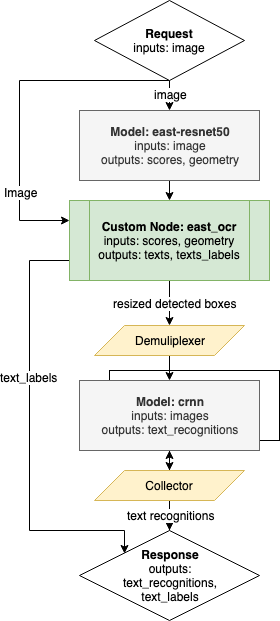
openvinotoolkit/model_server keeps this draw.io diagram as docs/east_ocr.png. Above is the earlier version. Source tidied: cells renumbered, new cells last; positions are measured from the earlier drawing's top-left corner, leaving out a move shared by most shapes.
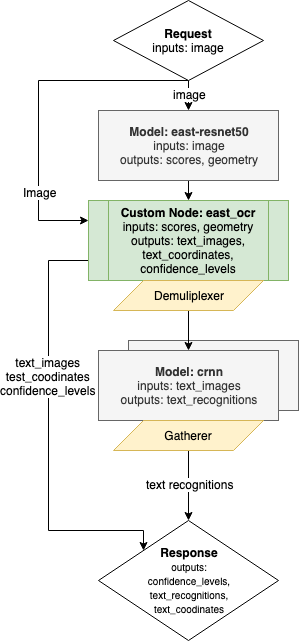
Later version of the same file.

Diff of the diagram source:
```diff
@@ -2,8 +2,8 @@
   <root>
     <mxCell id="0" />
     <mxCell id="1" parent="0" />
-    <mxCell id="2" style="rounded=0;whiteSpace=wrap;html=1;" parent="1" vertex="1">
-      <mxGeometry x="90" y="370" width="170" height="70" as="geometry" />
+    <mxCell id="2" style="rounded=0;whiteSpace=wrap;html=1;fillColor=#f5f5f5;strokeColor=#666666;fontColor=#333333;" parent="1" vertex="1">
+      <mxGeometry x="90" y="340" width="170" height="70" as="geometry" />
     </mxCell>
     <mxCell id="3" style="edgeStyle=orthogonalEdgeStyle;rounded=0;jettySize=auto;html=1;exitX=0.5;exitY=1;exitDx=0;exitDy=0;" parent="1" edge="1" source="7" target="9">
       <mxGeometry relative="1" as="geometry" />
@@ -11,7 +11,7 @@
     <mxCell id="4" value="image" style="text;html=1;align=center;verticalAlign=middle;labelBackgroundColor=#ffffff;" parent="3" vertex="1">
       <mxGeometry x="0.32" y="1" relative="1" as="geometry" />
     </mxCell>
-    <mxCell id="5" style="edgeStyle=orthogonalEdgeStyle;rounded=0;jettySize=auto;html=1;exitX=0.5;exitY=1;exitDx=0;exitDy=0;entryX=0;entryY=0.25;entryDx=0;entryDy=0;" parent="1" edge="1" source="7" target="13">
+    <mxCell id="5" style="edgeStyle=orthogonalEdgeStyle;rounded=0;jettySize=auto;html=1;exitX=0.5;exitY=1;exitDx=0;exitDy=0;entryX=0;entryY=0.25;entryDx=0;entryDy=0;" parent="1" edge="1" source="7" target="12">
       <mxGeometry relative="1" as="geometry">
         <Array as="points">
           <mxPoint y="80" />
@@ -25,61 +25,47 @@
     <mxCell id="7" value="&lt;b&gt;Request&lt;/b&gt;&lt;br&gt;inputs: image" style="rhombus;whiteSpace=wrap;html=1;" parent="1" vertex="1">
       <mxGeometry x="75" width="150" height="80" as="geometry" />
     </mxCell>
-    <mxCell id="8" style="edgeStyle=orthogonalEdgeStyle;rounded=0;jettySize=auto;html=1;exitX=0.5;exitY=1;exitDx=0;exitDy=0;entryX=0.5;entryY=0;entryDx=0;entryDy=0;" parent="1" edge="1" source="9" target="13">
+    <mxCell id="8" style="edgeStyle=orthogonalEdgeStyle;rounded=0;jettySize=auto;html=1;exitX=0.5;exitY=1;exitDx=0;exitDy=0;entryX=0.5;entryY=0;entryDx=0;entryDy=0;" parent="1" edge="1" source="9" target="12">
       <mxGeometry relative="1" as="geometry" />
     </mxCell>
     <mxCell id="9" value="&lt;b&gt;Model: east-resnet50&lt;/b&gt;&lt;br&gt;inputs: image&lt;br&gt;outputs: scores, geometry" style="rounded=0;whiteSpace=wrap;html=1;fillColor=#f5f5f5;strokeColor=#666666;fontColor=#333333;" parent="1" vertex="1">
       <mxGeometry x="60" y="110" width="180" height="70" as="geometry" />
     </mxCell>
-    <mxCell id="10" style="edgeStyle=orthogonalEdgeStyle;rounded=0;jettySize=auto;html=1;exitX=0.5;exitY=1;exitDx=0;exitDy=0;entryX=0.5;entryY=0;entryDx=0;entryDy=0;" parent="1" edge="1" source="13" target="20">
-      <mxGeometry relative="1" as="geometry" />
+    <mxCell id="10" style="edgeStyle=orthogonalEdgeStyle;rounded=0;jettySize=auto;html=1;entryX=0;entryY=0;entryDx=0;entryDy=0;" parent="1" edge="1" source="12" target="14">
+      <mxGeometry relative="1" as="geometry">
+        <Array as="points">
+          <mxPoint x="10" y="260" />
+          <mxPoint x="10" y="530" />
+          <mxPoint x="105" y="530" />
+        </Array>
+      </mxGeometry>
     </mxCell>
-    <mxCell id="11" style="edgeStyle=orthogonalEdgeStyle;rounded=0;jettySize=auto;html=1;entryX=0;entryY=0;entryDx=0;entryDy=0;" parent="1" edge="1" source="13" target="17">
-      <mxGeometry relative="1" as="geometry">
-        <Array as="points">
-          <mxPoint x="10" y="260" />
-          <mxPoint x="10" y="530" />
-          <mxPoint x="105" y="530" />
-        </Array>
-      </mxGeometry>
+    <mxCell id="11" value="text_images&lt;br&gt;test_coodinates&lt;br&gt;confidence_levels" style="text;html=1;align=center;verticalAlign=middle;labelBackgroundColor=#ffffff;" parent="10" vertex="1">
+      <mxGeometry x="-0.27" y="-1" relative="1" as="geometry" />
     </mxCell>
-    <mxCell id="12" value="text_labels" style="text;html=1;points=[];align=center;verticalAlign=middle;labelBackgroundColor=#ffffff;" parent="11" vertex="1">
-      <mxGeometry x="-0.27" y="-1" relative="1" as="geometry" />
+    <mxCell id="12" value="&lt;b&gt;Custom Node: east_ocr&lt;/b&gt;&lt;br&gt;inputs: scores, geometry&lt;br&gt;outputs: text_images, text_coordinates, confidence_levels" style="shape=process;whiteSpace=wrap;html=1;backgroundOutline=1;fillColor=#d5e8d4;strokeColor=#82b366;" parent="1" vertex="1">
+      <mxGeometry x="50" y="200" width="200" height="80" as="geometry" />
     </mxCell>
-    <mxCell id="13" value="&lt;b&gt;Custom Node: east_ocr&lt;/b&gt;&lt;br&gt;inputs: scores, geometry&lt;br&gt;outputs: texts, texts_labels" style="shape=process;whiteSpace=wrap;html=1;backgroundOutline=1;fillColor=#d5e8d4;strokeColor=#82b366;" parent="1" vertex="1">
-      <mxGeometry x="50" y="200" width="200" height="80" as="geometry" />
+    <mxCell id="13" value="&lt;b&gt;Model: crnn&lt;/b&gt;&lt;br&gt;inputs: text_images&lt;br&gt;outputs: text_recognitions" style="rounded=0;whiteSpace=wrap;html=1;fillColor=#f5f5f5;strokeColor=#666666;fontColor=#333333;" parent="1" vertex="1">
+      <mxGeometry x="60" y="350" width="180" height="70" as="geometry" />
     </mxCell>
-    <mxCell id="14" style="edgeStyle=orthogonalEdgeStyle;rounded=0;jettySize=auto;html=1;exitX=0.5;exitY=1;exitDx=0;exitDy=0;entryX=0.5;entryY=0;entryDx=0;entryDy=0;" parent="1" edge="1" source="15" target="23">
-      <mxGeometry relative="1" as="geometry" />
+    <mxCell id="14" value="&lt;b&gt;Response&lt;/b&gt;&lt;br&gt;&lt;font style=&quot;font-size: 10px&quot;&gt;outputs:&lt;br&gt;confidence_levels,&lt;br&gt;text_recognitions,&lt;br&gt;text_coodinates&lt;/font&gt;" style="rhombus;whiteSpace=wrap;html=1;" parent="1" vertex="1">
+      <mxGeometry x="60" y="520" width="180" height="120" as="geometry" />
     </mxCell>
-    <mxCell id="15" value="&lt;b&gt;Model: crnn&lt;/b&gt;&lt;br&gt;inputs: images&lt;br&gt;outputs: text_recognitions" style="rounded=0;whiteSpace=wrap;html=1;fillColor=#f5f5f5;strokeColor=#666666;fontColor=#333333;" parent="1" vertex="1">
-      <mxGeometry x="60" y="380" width="180" height="70" as="geometry" />
+    <mxCell id="15" style="edgeStyle=orthogonalEdgeStyle;rounded=0;jettySize=auto;html=1;exitX=0.5;exitY=1;exitDx=0;exitDy=0;entryX=0.5;entryY=0;entryDx=0;entryDy=0;" parent="1" edge="1" source="16" target="13">
+      <mxGeometry relative="1" as="geometry" />
     </mxCell>
-    <mxCell id="16" style="edgeStyle=orthogonalEdgeStyle;rounded=0;jettySize=auto;html=1;" parent="1" edge="1" source="17" target="15">
-      <mxGeometry relative="1" as="geometry" />
+    <mxCell id="16" value="Demuliplexer" style="shape=parallelogram;perimeter=parallelogramPerimeter;whiteSpace=wrap;html=1;fillColor=#fff2cc;strokeColor=#d6b656;" parent="1" vertex="1">
+      <mxGeometry x="75" y="280" width="150" height="30" as="geometry" />
     </mxCell>
-    <mxCell id="17" value="&lt;b&gt;Response&lt;/b&gt;&lt;br&gt;outputs:&lt;br&gt;text_recognitions,&lt;br&gt;text_labels" style="rhombus;whiteSpace=wrap;html=1;" parent="1" vertex="1">
-      <mxGeometry x="60" y="530" width="180" height="90" as="geometry" />
+    <mxCell id="17" style="edgeStyle=orthogonalEdgeStyle;rounded=0;jettySize=auto;html=1;exitX=0.5;exitY=1;exitDx=0;exitDy=0;entryX=0.5;entryY=0;entryDx=0;entryDy=0;" parent="1" edge="1" source="19" target="14">
+      <mxGeometry relative="1" as="geometry" />
     </mxCell>
-    <mxCell id="18" style="edgeStyle=orthogonalEdgeStyle;rounded=0;jettySize=auto;html=1;exitX=0.5;exitY=1;exitDx=0;exitDy=0;entryX=0.5;entryY=0;entryDx=0;entryDy=0;" parent="1" edge="1" source="20" target="15">
-      <mxGeometry relative="1" as="geometry" />
+    <mxCell id="18" value="text recognitions" style="text;html=1;align=center;verticalAlign=middle;labelBackgroundColor=#ffffff;" parent="17" vertex="1">
+      <mxGeometry x="-0.07" y="1" relative="1" as="geometry" />
     </mxCell>
-    <mxCell id="19" value="resized detected boxes" style="text;html=1;points=[];align=center;verticalAlign=middle;labelBackgroundColor=#ffffff;" parent="18" vertex="1">
-      <mxGeometry x="-0.26" y="1" relative="1" as="geometry">
-        <mxPoint x="4" y="-61.5" as="offset" />
-      </mxGeometry>
+    <mxCell id="19" value="Gatherer" style="shape=parallelogram;perimeter=parallelogramPerimeter;whiteSpace=wrap;html=1;fillColor=#fff2cc;strokeColor=#d6b656;" parent="1" vertex="1">
+      <mxGeometry x="75" y="420" width="150" height="30" as="geometry" />
     </mxCell>
-    <mxCell id="20" value="Demuliplexer" style="shape=parallelogram;perimeter=parallelogramPerimeter;whiteSpace=wrap;html=1;fillColor=#fff2cc;strokeColor=#d6b656;" parent="1" vertex="1">
-      <mxGeometry x="75" y="325" width="150" height="30" as="geometry" />
-    </mxCell>
-    <mxCell id="21" style="edgeStyle=orthogonalEdgeStyle;rounded=0;jettySize=auto;html=1;exitX=0.5;exitY=1;exitDx=0;exitDy=0;entryX=0.5;entryY=0;entryDx=0;entryDy=0;" parent="1" edge="1" source="23" target="17">
-      <mxGeometry relative="1" as="geometry" />
-    </mxCell>
-    <mxCell id="22" value="text recognitions" style="text;html=1;align=center;verticalAlign=middle;labelBackgroundColor=#ffffff;" parent="21" vertex="1">
-      <mxGeometry x="-0.07" y="1" relative="1" as="geometry" />
-    </mxCell>
-    <mxCell id="23" value="Collector" style="shape=parallelogram;perimeter=parallelogramPerimeter;whiteSpace=wrap;html=1;fillColor=#fff2cc;strokeColor=#d6b656;" parent="1" vertex="1">
-      <mxGeometry x="75" y="470" width="150" height="30" as="geometry" />
-    </mxCell>
   </root>
 </mxGraphModel>
```
